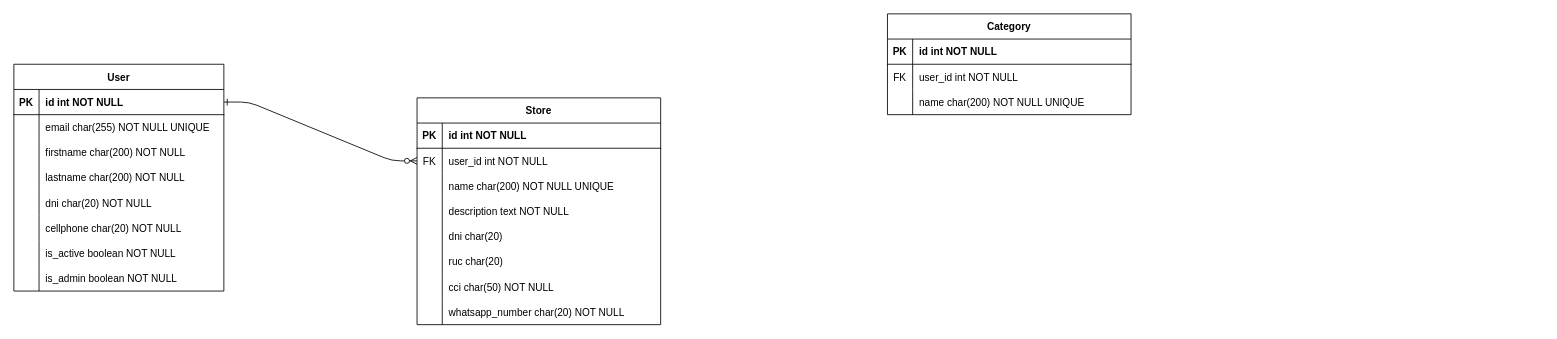
Before: db_model.drawio in webtaken/yala, a draw.io diagram. Source tidied: cells renumbered, new cells numbered last; positions are measured from the earlier drawing's top-left corner, leaving out a move shared by most shapes. Both pictures are drawn from the tidied source at 84%, with x=0, y=0 at pixel (13, 13).
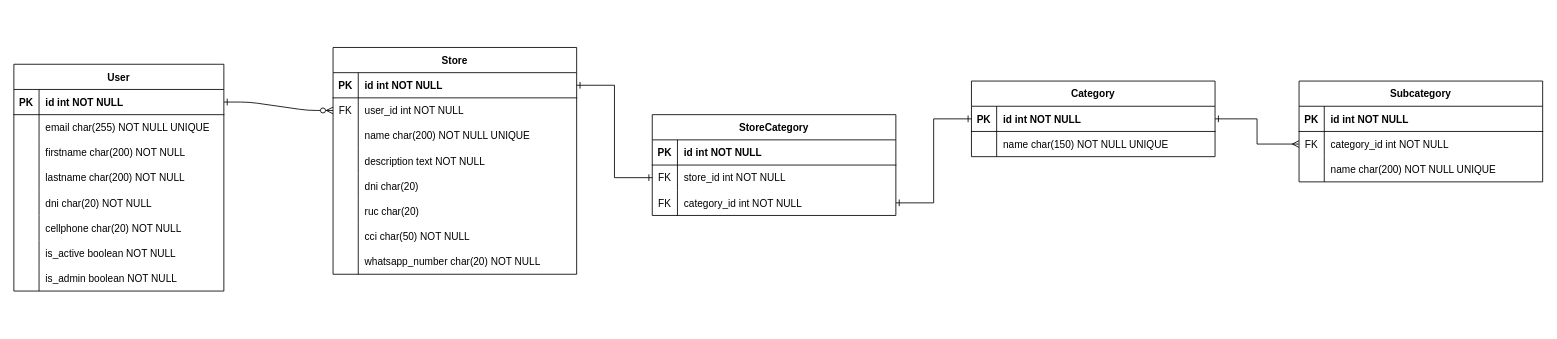
Above is the later version.

Unchanged cells that the change refers to:
```xml
<mxCell id="29" style="shape=partialRectangle;fillColor=none;points=[[0,0.5],[1,0.5]];portConstraint=eastwest;top=0;left=0;right=0;bottom=1;" parent="28" vertex="1">
  <mxGeometry y="30" width="290" height="30" as="geometry" />
</mxCell>
<mxCell id="54" style="shape=partialRectangle;fillColor=none;points=[[0,0.5],[1,0.5]];portConstraint=eastwest;top=0;left=0;right=0;bottom=1;" parent="53" vertex="1">
  <mxGeometry y="30" width="290" height="30" as="geometry" />
</mxCell>
```

Diff of the diagram source:
```diff
@@
     <mxCell id="28" value="Store" style="shape=table;startSize=30;childLayout=tableLayout;rowLines=0;fontStyle=1;align=center;" parent="1" vertex="1">
-      <mxGeometry x="480" y="100" width="290" height="270" as="geometry" />
+      <mxGeometry x="380" y="40" width="290" height="270" as="geometry" />
     </mxCell>
@@
     <mxCell id="53" value="Category" style="shape=table;startSize=30;childLayout=tableLayout;rowLines=0;fontStyle=1;align=center;" parent="1" vertex="1">
-      <mxGeometry x="1040" width="290" height="120" as="geometry" />
+      <mxGeometry x="1140" y="80" width="290" height="90" as="geometry" />
     </mxCell>
@@
-    <mxCell id="57" style="shape=partialRectangle;fillColor=none;top=0;left=0;right=0;bottom=0;" parent="53" vertex="1">
-      <mxGeometry y="60" width="290" height="30" as="geometry" />
-    </mxCell>
-    <mxCell id="58" value="FK" style="shape=partialRectangle;overflow=hidden;fillColor=none;top=0;left=0;bottom=0;right=0;" parent="57" vertex="1">
-      <mxGeometry width="30" height="30" as="geometry" />
-    </mxCell>
-    <mxCell id="59" value="user_id int NOT NULL" style="shape=partialRectangle;overflow=hidden;fillColor=none;top=0;left=0;bottom=0;right=0;align=left;spacingLeft=6;" parent="57" vertex="1">
-      <mxGeometry x="30" width="260" height="30" as="geometry" />
-    </mxCell>
     <mxCell id="60" style="shape=partialRectangle;fillColor=none;top=0;left=0;right=0;bottom=0;" parent="53" vertex="1">
-      <mxGeometry y="90" width="290" height="30" as="geometry" />
+      <mxGeometry y="60" width="290" height="30" as="geometry" />
     </mxCell>
@@
-    <mxCell id="62" value="name char(200) NOT NULL UNIQUE" style="shape=partialRectangle;overflow=hidden;fillColor=none;top=0;left=0;bottom=0;right=0;align=left;spacingLeft=6;" parent="60" vertex="1">
+    <mxCell id="62" value="name char(150) NOT NULL UNIQUE" style="shape=partialRectangle;overflow=hidden;fillColor=none;top=0;left=0;bottom=0;right=0;align=left;spacingLeft=6;" parent="60" vertex="1">
       <mxGeometry x="30" width="260" height="30" as="geometry" />
     </mxCell>
+    <mxCell id="63" style="edgeStyle=orthogonalEdgeStyle;rounded=0;orthogonalLoop=1;jettySize=auto;html=1;exitX=0;exitY=0.5;exitDx=0;exitDy=0;endArrow=ERone;endFill=0;startArrow=ERone;startFill=0;" parent="1" edge="1">
+      <mxGeometry relative="1" as="geometry">
+        <mxPoint x="860" y="270" as="targetPoint" />
+      </mxGeometry>
+    </mxCell>
+    <mxCell id="64" value="Subcategory" style="shape=table;startSize=30;childLayout=tableLayout;rowLines=0;fontStyle=1;align=center;" parent="1" vertex="1">
+      <mxGeometry x="1530" y="80" width="290" height="120" as="geometry" />
+    </mxCell>
+    <mxCell id="65" style="shape=partialRectangle;fillColor=none;top=0;left=0;right=0;bottom=1;" parent="64" vertex="1">
+      <mxGeometry y="30" width="290" height="30" as="geometry" />
+    </mxCell>
+    <mxCell id="66" value="PK" style="shape=partialRectangle;overflow=hidden;fillColor=none;top=0;left=0;bottom=0;right=0;fontStyle=1;" parent="65" vertex="1">
+      <mxGeometry width="30" height="30" as="geometry" />
+    </mxCell>
+    <mxCell id="67" value="id int NOT NULL " style="shape=partialRectangle;overflow=hidden;fillColor=none;top=0;left=0;bottom=0;right=0;align=left;spacingLeft=6;fontStyle=1;" parent="65" vertex="1">
+      <mxGeometry x="30" width="260" height="30" as="geometry" />
+    </mxCell>
+    <mxCell id="68" style="shape=partialRectangle;fillColor=none;points=[[0,0.5],[1,0.5]];portConstraint=eastwest;top=0;left=0;right=0;bottom=0;" parent="64" vertex="1">
+      <mxGeometry y="60" width="290" height="30" as="geometry" />
+    </mxCell>
+    <mxCell id="69" value="FK" style="shape=partialRectangle;overflow=hidden;fillColor=none;top=0;left=0;bottom=0;right=0;" parent="68" vertex="1">
+      <mxGeometry width="30" height="30" as="geometry" />
+    </mxCell>
+    <mxCell id="70" value="category_id int NOT NULL" style="shape=partialRectangle;overflow=hidden;fillColor=none;top=0;left=0;bottom=0;right=0;align=left;spacingLeft=6;" parent="68" vertex="1">
+      <mxGeometry x="30" width="260" height="30" as="geometry" />
+    </mxCell>
+    <mxCell id="71" style="shape=partialRectangle;fillColor=none;top=0;left=0;right=0;bottom=0;" parent="64" vertex="1">
+      <mxGeometry y="90" width="290" height="30" as="geometry" />
+    </mxCell>
+    <mxCell id="72" style="shape=partialRectangle;overflow=hidden;fillColor=none;top=0;left=0;bottom=0;right=0;" parent="71" vertex="1">
+      <mxGeometry width="30" height="30" as="geometry" />
+    </mxCell>
+    <mxCell id="73" value="name char(200) NOT NULL UNIQUE" style="shape=partialRectangle;overflow=hidden;fillColor=none;top=0;left=0;bottom=0;right=0;align=left;spacingLeft=6;" parent="71" vertex="1">
+      <mxGeometry x="30" width="260" height="30" as="geometry" />
+    </mxCell>
+    <mxCell id="74" value="StoreCategory" style="shape=table;startSize=30;childLayout=tableLayout;rowLines=0;fontStyle=1;align=center;" parent="1" vertex="1">
+      <mxGeometry x="760" y="120" width="290" height="120" as="geometry" />
+    </mxCell>
+    <mxCell id="75" style="shape=partialRectangle;fillColor=none;top=0;left=0;right=0;bottom=1;" parent="74" vertex="1">
+      <mxGeometry y="30" width="290" height="30" as="geometry" />
+    </mxCell>
+    <mxCell id="76" value="PK" style="shape=partialRectangle;overflow=hidden;fillColor=none;top=0;left=0;bottom=0;right=0;fontStyle=1;" parent="75" vertex="1">
+      <mxGeometry width="30" height="30" as="geometry" />
+    </mxCell>
+    <mxCell id="77" value="id int NOT NULL " style="shape=partialRectangle;overflow=hidden;fillColor=none;top=0;left=0;bottom=0;right=0;align=left;spacingLeft=6;fontStyle=1;" parent="75" vertex="1">
+      <mxGeometry x="30" width="260" height="30" as="geometry" />
+    </mxCell>
+    <mxCell id="78" style="shape=partialRectangle;fillColor=none;points=[[0,0.5],[1,0.5]];portConstraint=eastwest;top=0;left=0;right=0;bottom=0;" parent="74" vertex="1">
+      <mxGeometry y="60" width="290" height="30" as="geometry" />
+    </mxCell>
+    <mxCell id="79" value="FK" style="shape=partialRectangle;overflow=hidden;fillColor=none;top=0;left=0;bottom=0;right=0;" parent="78" vertex="1">
+      <mxGeometry width="30" height="30" as="geometry" />
+    </mxCell>
+    <mxCell id="80" value="store_id int NOT NULL" style="shape=partialRectangle;overflow=hidden;fillColor=none;top=0;left=0;bottom=0;right=0;align=left;spacingLeft=6;" parent="78" vertex="1">
+      <mxGeometry x="30" width="260" height="30" as="geometry" />
+    </mxCell>
+    <mxCell id="81" style="shape=partialRectangle;fillColor=none;points=[[0,0.5],[1,0.5]];portConstraint=eastwest;top=0;left=0;right=0;bottom=0;" parent="74" vertex="1">
+      <mxGeometry y="90" width="290" height="30" as="geometry" />
+    </mxCell>
+    <mxCell id="82" value="FK" style="shape=partialRectangle;overflow=hidden;fillColor=none;top=0;left=0;bottom=0;right=0;" parent="81" vertex="1">
+      <mxGeometry width="30" height="30" as="geometry" />
+    </mxCell>
+    <mxCell id="83" value="category_id int NOT NULL" style="shape=partialRectangle;overflow=hidden;fillColor=none;top=0;left=0;bottom=0;right=0;align=left;spacingLeft=6;" parent="81" vertex="1">
+      <mxGeometry x="30" width="260" height="30" as="geometry" />
+    </mxCell>
+    <mxCell id="84" style="edgeStyle=orthogonalEdgeStyle;rounded=0;jettySize=auto;html=1;exitX=0;exitY=0.5;exitDx=0;exitDy=0;entryX=1;entryY=0.5;entryDx=0;entryDy=0;endArrow=ERone;endFill=0;startArrow=ERone;startFill=0;" parent="1" edge="1" source="78" target="29">
+      <mxGeometry relative="1" as="geometry" />
+    </mxCell>
+    <mxCell id="85" style="edgeStyle=orthogonalEdgeStyle;rounded=0;jettySize=auto;html=1;exitX=1;exitY=0.5;exitDx=0;exitDy=0;entryX=0;entryY=0.5;entryDx=0;entryDy=0;endArrow=ERone;endFill=0;startArrow=ERone;startFill=0;" parent="1" edge="1" source="81" target="54">
+      <mxGeometry relative="1" as="geometry" />
+    </mxCell>
+    <mxCell id="86" style="edgeStyle=orthogonalEdgeStyle;rounded=0;jettySize=auto;html=1;exitX=1;exitY=0.5;exitDx=0;exitDy=0;entryX=0;entryY=0.5;entryDx=0;entryDy=0;endArrow=ERmany;endFill=0;startArrow=ERone;startFill=0;" parent="1" edge="1" source="54" target="68">
+      <mxGeometry relative="1" as="geometry" />
+    </mxCell>
```
